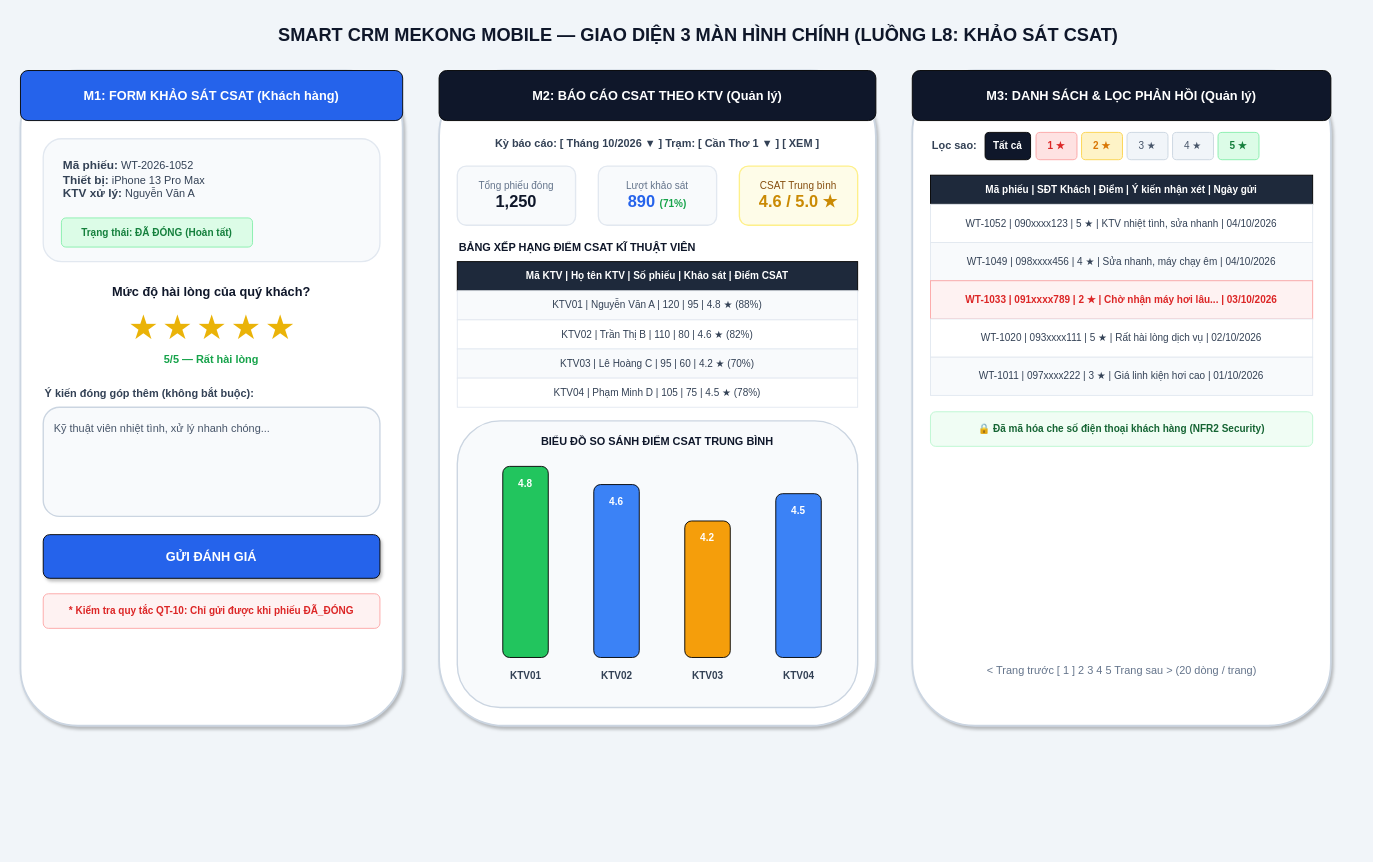
Before: docs/wireframe.drawio in Ian1817/cdtn1-vohoangphilan-l8, a draw.io diagram. Source tidied: cells renumbered, new cells numbered last; positions are measured from the earlier drawing's top-left corner, leaving out a move shared by most shapes. Both pictures are drawn from the tidied source at 91%, with x=0, y=0 at pixel (20, 15).
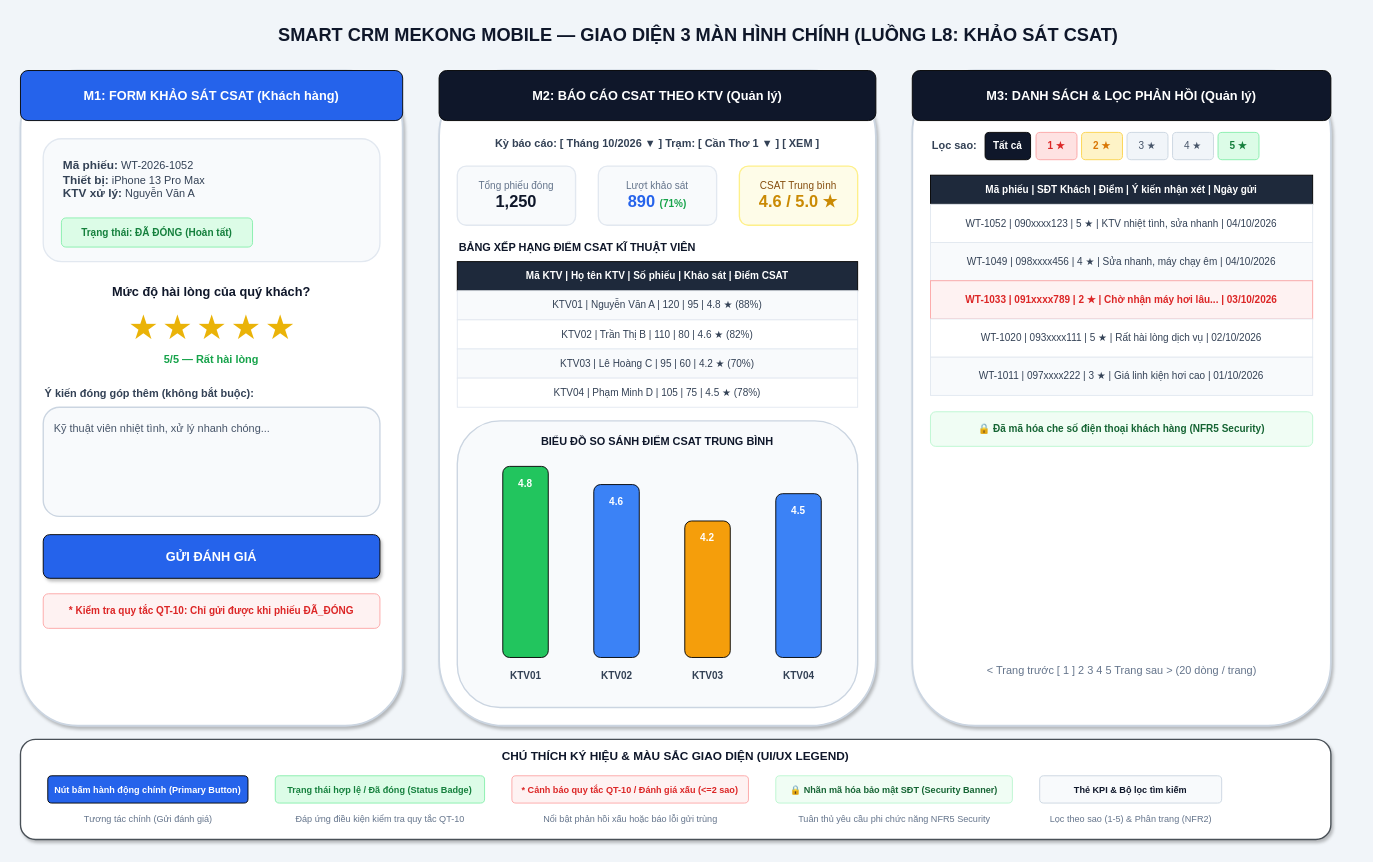
The same page after the edit.

Commit message:
docs: bo sung khung chu thich ky hieu (Legend) cho wireframe 3 man hinh

What changed in the source:
```diff
@@
-    <mxCell id="53" value="🔒 Đã mã hóa che số điện thoại khách hàng (NFR2 Security)" style="rounded=1;whiteSpace=wrap;html=1;fillColor=#f0fdf4;strokeColor=#bbf7d0;fontColor=#166534;fontStyle=1;fontSize=11;align=center;" parent="1" vertex="1">
+    <mxCell id="53" value="🔒 Đã mã hóa che số điện thoại khách hàng (NFR5 Security)" style="rounded=1;whiteSpace=wrap;html=1;fillColor=#f0fdf4;strokeColor=#bbf7d0;fontColor=#166534;fontStyle=1;fontSize=11;align=center;" parent="1" vertex="1">
       <mxGeometry x="1000" y="435" width="420" height="38" as="geometry" />
     </mxCell>
@@
+    <mxCell id="55" style="rounded=1;whiteSpace=wrap;html=1;fillColor=#ffffff;strokeColor=#495057;strokeWidth=1.5;shadow=1;" parent="1" vertex="1">
+      <mxGeometry y="795" width="1440" height="110" as="geometry" />
+    </mxCell>
+    <mxCell id="56" value="CHÚ THÍCH KÝ HIỆU &amp; MÀU SẮC GIAO DIỆN (UI/UX LEGEND)" style="text;html=1;strokeColor=none;fillColor=none;align=center;verticalAlign=middle;whiteSpace=wrap;rounded=0;fontStyle=1;fontSize=13;fontColor=#0f172a;" parent="1" vertex="1">
+      <mxGeometry x="10" y="800" width="1420" height="25" as="geometry" />
+    </mxCell>
+    <mxCell id="57" value="Nút bấm hành động chính (Primary Button)" style="rounded=1;whiteSpace=wrap;html=1;fillColor=#2563eb;fontColor=#ffffff;fontStyle=1;fontSize=10;align=center;" parent="1" vertex="1">
+      <mxGeometry x="30" y="835" width="220" height="30" as="geometry" />
+    </mxCell>
+    <mxCell id="58" value="Tương tác chính (Gửi đánh giá)" style="text;html=1;strokeColor=none;fillColor=none;align=center;fontSize=10;fontColor=#64748b;" parent="1" vertex="1">
+      <mxGeometry x="30" y="870" width="220" height="20" as="geometry" />
+    </mxCell>
+    <mxCell id="59" value="Trạng thái hợp lệ / Đã đóng (Status Badge)" style="rounded=1;whiteSpace=wrap;html=1;fillColor=#dcfce7;strokeColor=#86efac;fontColor=#15803d;fontStyle=1;fontSize=10;align=center;" parent="1" vertex="1">
+      <mxGeometry x="280" y="835" width="230" height="30" as="geometry" />
+    </mxCell>
+    <mxCell id="60" value="Đáp ứng điều kiện kiểm tra quy tắc QT-10" style="text;html=1;strokeColor=none;fillColor=none;align=center;fontSize=10;fontColor=#64748b;" parent="1" vertex="1">
+      <mxGeometry x="280" y="870" width="230" height="20" as="geometry" />
+    </mxCell>
+    <mxCell id="61" value="* Cảnh báo quy tắc QT-10 / Đánh giá xấu (&lt;=2 sao)" style="rounded=1;whiteSpace=wrap;html=1;fillColor=#fef2f2;strokeColor=#fca5a5;fontColor=#dc2626;fontStyle=1;fontSize=10;align=center;" parent="1" vertex="1">
+      <mxGeometry x="540" y="835" width="260" height="30" as="geometry" />
+    </mxCell>
+    <mxCell id="62" value="Nổi bật phản hồi xấu hoặc báo lỗi gửi trùng" style="text;html=1;strokeColor=none;fillColor=none;align=center;fontSize=10;fontColor=#64748b;" parent="1" vertex="1">
+      <mxGeometry x="540" y="870" width="260" height="20" as="geometry" />
+    </mxCell>
+    <mxCell id="63" value="🔒 Nhãn mã hóa bảo mật SĐT (Security Banner)" style="rounded=1;whiteSpace=wrap;html=1;fillColor=#f0fdf4;strokeColor=#bbf7d0;fontColor=#166534;fontStyle=1;fontSize=10;align=center;" parent="1" vertex="1">
+      <mxGeometry x="830" y="835" width="260" height="30" as="geometry" />
+    </mxCell>
+    <mxCell id="64" value="Tuân thủ yêu cầu phi chức năng NFR5 Security" style="text;html=1;strokeColor=none;fillColor=none;align=center;fontSize=10;fontColor=#64748b;" parent="1" vertex="1">
+      <mxGeometry x="830" y="870" width="260" height="20" as="geometry" />
+    </mxCell>
+    <mxCell id="65" value="Thẻ KPI &amp; Bộ lọc tìm kiếm" style="rounded=1;whiteSpace=wrap;html=1;fillColor=#f8fafc;strokeColor=#cbd5e1;fontColor=#0f172a;fontStyle=1;fontSize=10;align=center;" parent="1" vertex="1">
+      <mxGeometry x="1120" y="835" width="200" height="30" as="geometry" />
+    </mxCell>
+    <mxCell id="66" value="Lọc theo sao (1-5) &amp; Phân trang (NFR2)" style="text;html=1;strokeColor=none;fillColor=none;align=center;fontSize=10;fontColor=#64748b;" parent="1" vertex="1">
+      <mxGeometry x="1120" y="870" width="200" height="20" as="geometry" />
+    </mxCell>
```
